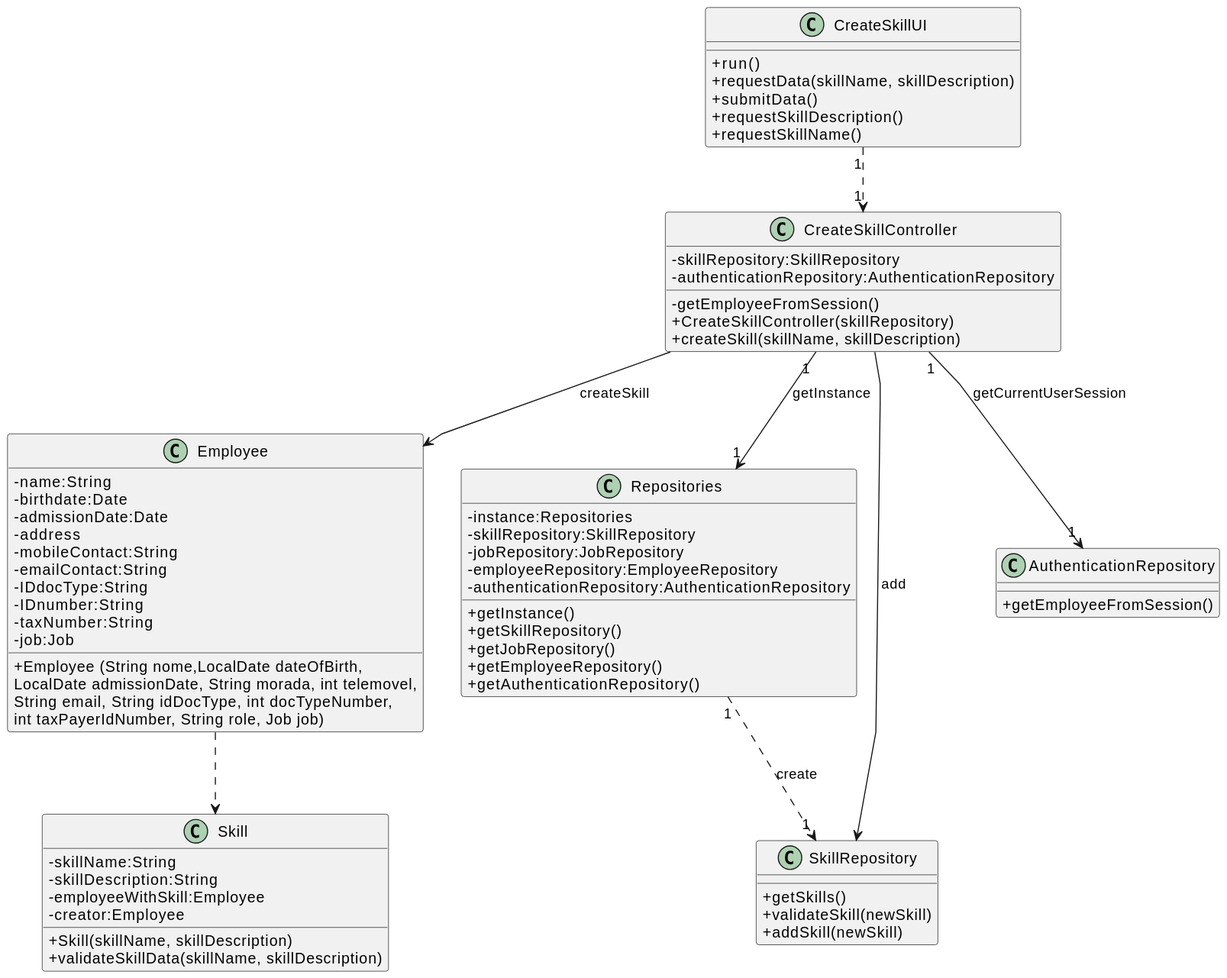
This is docs/sprintB/us01/03.design/svg/us01-class-diagram.svg from Paulo-Pereira-at-ISEP/lei-24-s2-1nanb-g321, a PlantUML export, as it was before one commit. Source of this version:
```plantuml
@startuml
skinparam packageStyle rectangle
skinparam shadowing false
skinparam linetype polyline

skinparam classAttributeIconSize 0


class CreateSkillController {
    -skillRepository:SkillRepository
    -authenticationRepository:AuthenticationRepository


    -getEmployeeFromSession()
    + CreateSkillController(skillRepository)
    + createSkill(skillName, skillDescription)

}


class CreateSkillUI {
    +run()
    +requestData(skillName, skillDescription)
    +submitData()
    +requestSkillDescription()
    +requestSkillName()
}


class Employee{
    -name:String
    -birthdate:Date
    -admissionDate:Date
    -address
    -mobileContact:String
    -emailContact:String
    -IDdocType:String
    -IDnumber:String
    -taxNumber:String
    -job:Job

    +Employee (String nome,LocalDate dateOfBirth,\nLocalDate admissionDate, String morada, int telemovel,\nString email, String idDocType, int docTypeNumber,\nint taxPayerIdNumber, String role, Job job)
}

class Repositories{
    - instance:Repositories
    - skillRepository:SkillRepository
    - jobRepository:JobRepository
    - employeeRepository:EmployeeRepository
    -authenticationRepository:AuthenticationRepository


    + getInstance()
    + getSkillRepository()
    + getJobRepository()
    + getEmployeeRepository()
    + getAuthenticationRepository()
}

class SkillRepository{
    + getSkills()
    + validateSkill(newSkill)
    + addSkill(newSkill)
}

class AuthenticationRepository{
    + getEmployeeFromSession()
}

class Skill {
    -skillName:String
    -skillDescription:String
    -employeeWithSkill:Employee
    -creator:Employee

    +Skill(skillName, skillDescription)
    +validateSkillData(skillName, skillDescription)
}

CreateSkillUI "1" ..> "1" CreateSkillController

CreateSkillController "1" --> "1" Repositories : getInstance

Repositories "1" ..> "1" SkillRepository : create

CreateSkillController --> Employee : createSkill
CreateSkillController "1" --> "1" AuthenticationRepository : getCurrentUserSession

Employee ..>Skill

CreateSkillController --> SkillRepository: add
@enduml
```
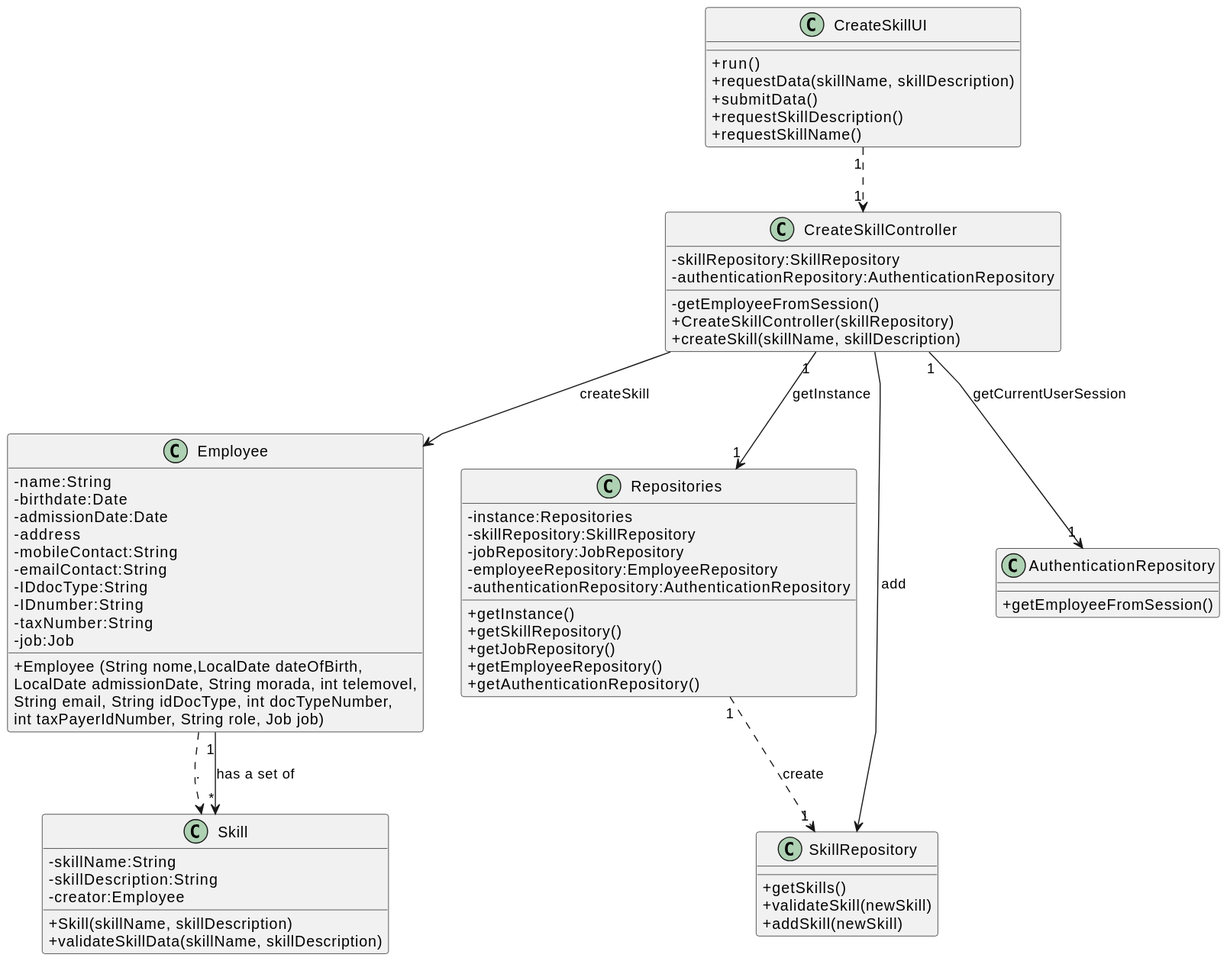
After the change.

Commit message:
LGGPM-116 - US01 - Design - Class diagram update

Diff of the diagram source:
```diff
@@ -70,7 +70,6 @@
 class Skill {
     -skillName:String
     -skillDescription:String
-    -employeeWithSkill:Employee
     -creator:Employee
 
     +Skill(skillName, skillDescription)
@@ -86,7 +85,9 @@
 CreateSkillController --> Employee : createSkill
 CreateSkillController "1" --> "1" AuthenticationRepository : getCurrentUserSession
 
-Employee ..>Skill
+Employee ..>Skill : .
+
+Employee "1" --> "*" Skill : has a set of
 
 CreateSkillController --> SkillRepository: add
 @enduml
```
